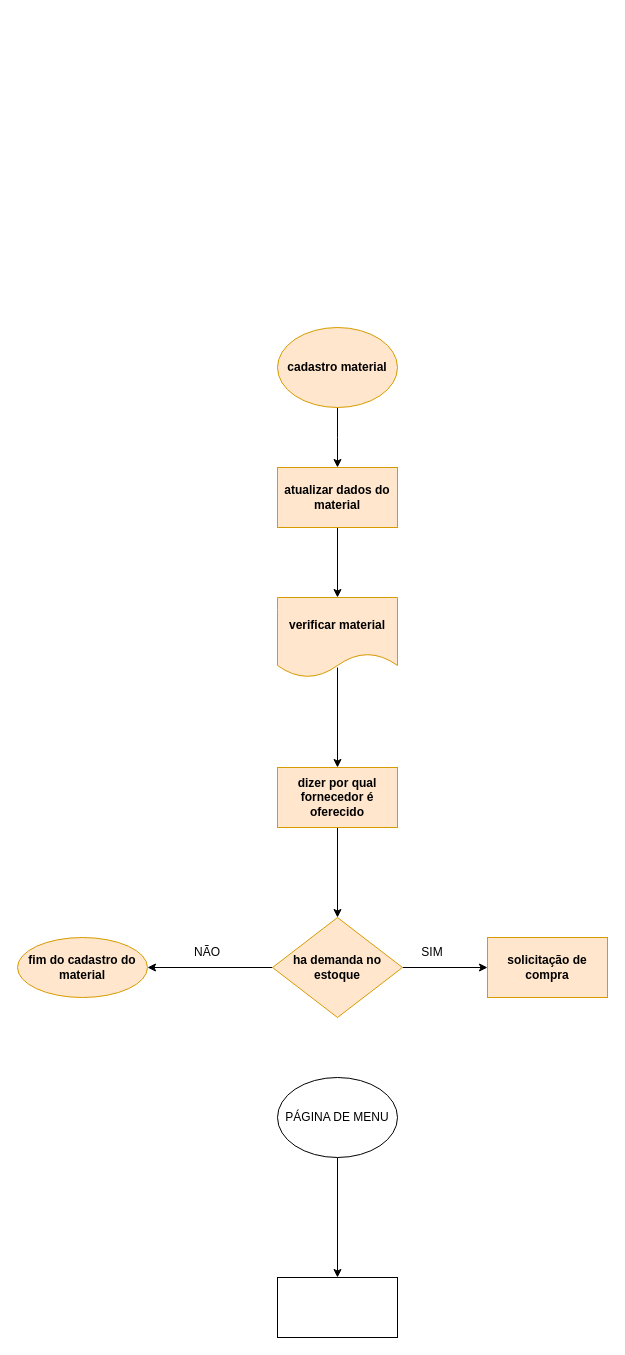
Maryangelica05/trabalho.DS keeps this draw.io diagram as DOC/fluxograma.drawio. Above is the earlier version. Source tidied: cells renumbered, new cells numbered last; positions are measured from the earlier drawing's top-left corner, leaving out a move shared by most shapes. Both pictures are drawn from the tidied source at 100%, with x=0, y=0 at pixel (17, 327).
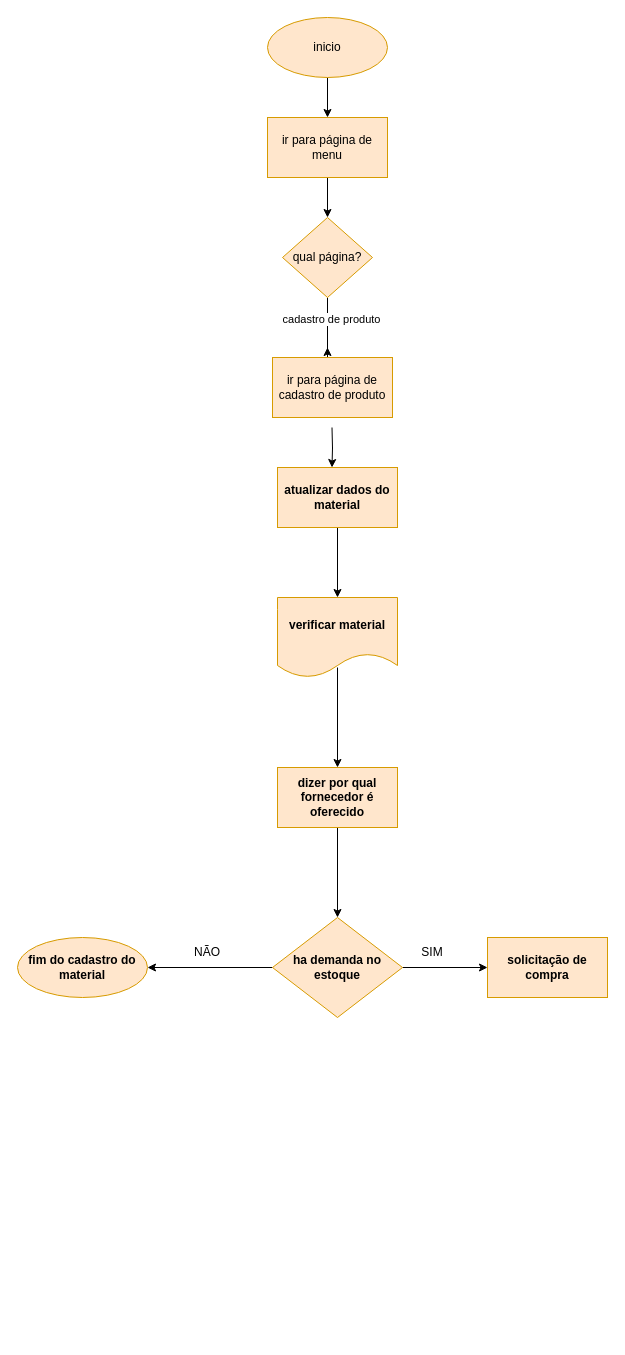
The same diagram, later.

Commit message:
fluxo editado

Diff of the diagram source:
```diff
@@
-    <mxCell id="2" style="edgeStyle=orthogonalEdgeStyle;rounded=0;jettySize=auto;html=1;" parent="1" edge="1" source="3">
+    <mxCell id="2" style="edgeStyle=orthogonalEdgeStyle;rounded=0;orthogonalLoop=1;jettySize=auto;html=1;" parent="1" edge="1">
       <mxGeometry relative="1" as="geometry">
-        <mxPoint x="320" y="140" as="targetPoint" />
+        <mxPoint x="314.5" y="100" as="sourcePoint" />
+        <mxPoint x="314.5" y="140" as="targetPoint" />
       </mxGeometry>
     </mxCell>
-    <mxCell id="3" value="cadastro material" style="ellipse;whiteSpace=wrap;html=1;fillColor=#ffe6cc;strokeColor=#d79b00;fontStyle=1;" parent="1" vertex="1">
-      <mxGeometry x="260" width="120" height="80" as="geometry" />
-    </mxCell>
@@
-    <mxCell id="17" style="edgeStyle=orthogonalEdgeStyle;rounded=0;jettySize=auto;html=1;" parent="1" edge="1" source="18" target="19">
-      <mxGeometry relative="1" as="geometry" />
-    </mxCell>
-    <mxCell id="18" value="PÁGINA DE MENU" style="ellipse;whiteSpace=wrap;html=1;" parent="1" vertex="1">
-      <mxGeometry x="260" y="750" width="120" height="80" as="geometry" />
-    </mxCell>
-    <mxCell id="19" style="whiteSpace=wrap;html=1;" parent="1" vertex="1">
-      <mxGeometry x="260" y="950" width="120" height="60" as="geometry" />
-    </mxCell>
+    <mxCell id="20" style="edgeStyle=orthogonalEdgeStyle;rounded=0;jettySize=auto;html=1;" parent="1" edge="1" source="21" target="23">
+      <mxGeometry relative="1" as="geometry" />
+    </mxCell>
+    <mxCell id="21" value="inicio" style="ellipse;whiteSpace=wrap;html=1;fillColor=#ffe6cc;strokeColor=#d79b00;" parent="1" vertex="1">
+      <mxGeometry x="250" y="-310" width="120" height="60" as="geometry" />
+    </mxCell>
+    <mxCell id="22" style="edgeStyle=orthogonalEdgeStyle;rounded=0;jettySize=auto;html=1;" parent="1" edge="1" source="23" target="26">
+      <mxGeometry relative="1" as="geometry" />
+    </mxCell>
+    <mxCell id="23" value="ir para página de menu" style="whiteSpace=wrap;html=1;fillColor=#ffe6cc;strokeColor=#d79b00;" parent="1" vertex="1">
+      <mxGeometry x="250" y="-210" width="120" height="60" as="geometry" />
+    </mxCell>
+    <mxCell id="24" style="edgeStyle=orthogonalEdgeStyle;rounded=0;jettySize=auto;html=1;" parent="1" edge="1" source="26">
+      <mxGeometry relative="1" as="geometry">
+        <mxPoint x="310" y="20" as="targetPoint" />
+        <Array as="points">
+          <mxPoint x="310" y="30" />
+          <mxPoint x="310" y="30" />
+        </Array>
+      </mxGeometry>
+    </mxCell>
+    <mxCell id="25" value="cadastro de produto" style="edgeLabel;html=1;align=center;verticalAlign=middle;" parent="24" vertex="1">
+      <mxGeometry x="-0.41" y="3" relative="1" as="geometry" />
+    </mxCell>
+    <mxCell id="26" value="qual página?" style="rhombus;whiteSpace=wrap;html=1;fillColor=#ffe6cc;strokeColor=#d79b00;" parent="1" vertex="1">
+      <mxGeometry x="265" y="-110" width="90" height="80" as="geometry" />
+    </mxCell>
+    <mxCell id="27" value="ir para página de cadastro de produto" style="rounded=0;whiteSpace=wrap;html=1;fillColor=#ffe6cc;strokeColor=#d79b00;" parent="1" vertex="1">
+      <mxGeometry x="255" y="30" width="120" height="60" as="geometry" />
+    </mxCell>
```
